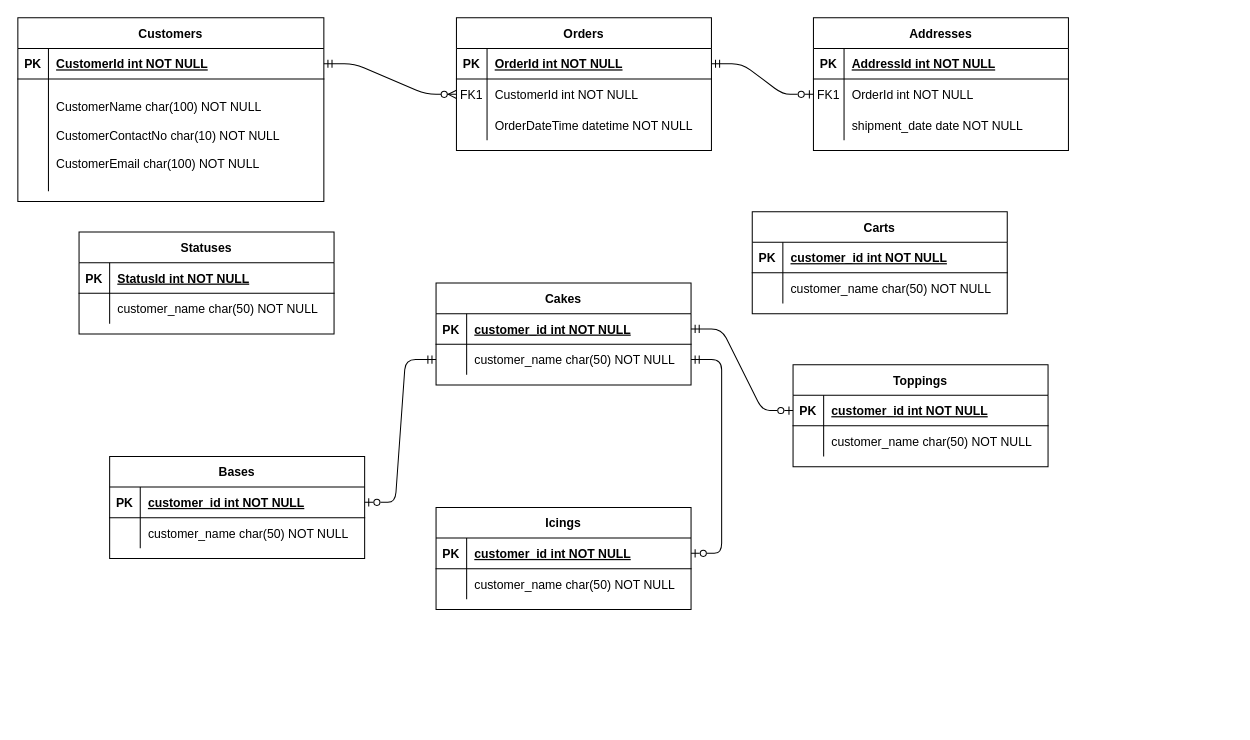
Before: Documentation/ERD Diagram.drawio in TauRamodise/LetThemEatCake, a draw.io diagram. Source tidied: cells renumbered, new cells numbered last; positions are measured from the earlier drawing's top-left corner, leaving out a move shared by most shapes. Both pictures are drawn from the tidied source at 102%, with x=0, y=0 at pixel (17, 17).
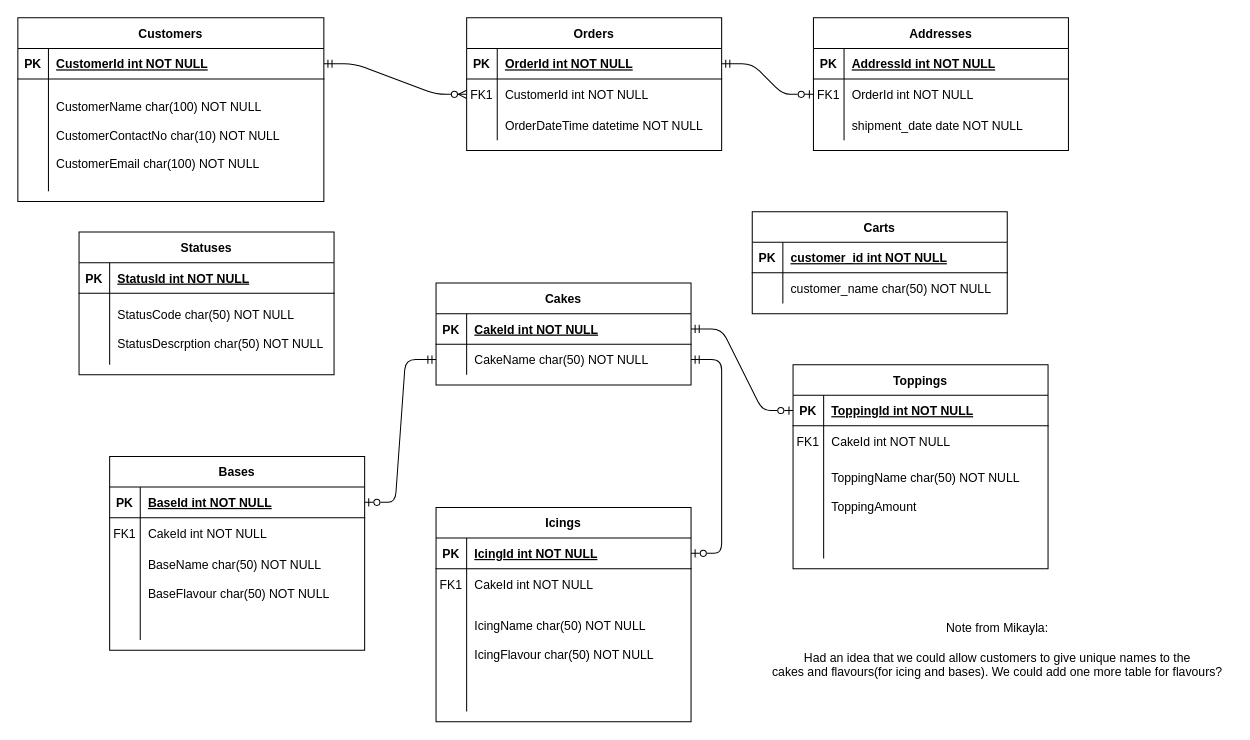
The same page after the edit.

Commit message:
Editing tables, added an idea

Unchanged cells that the change refers to:
```xml
<mxCell id="39" style="shape=partialRectangle;fillColor=none;points=[[0,0.5],[1,0.5]];portConstraint=eastwest;top=0;left=0;right=0;bottom=1;" parent="38" vertex="1">
  <mxGeometry y="30" width="250" height="30" as="geometry" />
</mxCell>
<mxCell id="42" style="shape=partialRectangle;fillColor=none;points=[[0,0.5],[1,0.5]];portConstraint=eastwest;top=0;left=0;right=0;bottom=0;" parent="38" vertex="1">
  <mxGeometry y="60" width="250" height="30" as="geometry" />
</mxCell>
<mxCell id="46" style="shape=partialRectangle;fillColor=none;points=[[0,0.5],[1,0.5]];portConstraint=eastwest;top=0;left=0;right=0;bottom=1;" parent="45" vertex="1">
  <mxGeometry y="30" width="250" height="30" as="geometry" />
</mxCell>
<mxCell id="53" style="shape=partialRectangle;fillColor=none;points=[[0,0.5],[1,0.5]];portConstraint=eastwest;top=0;left=0;right=0;bottom=1;" parent="52" vertex="1">
  <mxGeometry y="30" width="250" height="30" as="geometry" />
</mxCell>
<mxCell id="60" style="shape=partialRectangle;fillColor=none;points=[[0,0.5],[1,0.5]];portConstraint=eastwest;top=0;left=0;right=0;bottom=1;" parent="59" vertex="1">
  <mxGeometry y="30" width="250" height="30" as="geometry" />
</mxCell>
```

Change to the diagram source:
```diff
@@
     <mxCell id="4" value="Orders" style="shape=table;startSize=30;childLayout=tableLayout;rowLines=0;fontStyle=1;align=center;" parent="1" vertex="1">
-      <mxGeometry x="430" width="250" height="130" as="geometry" />
+      <mxGeometry x="440" width="250" height="130" as="geometry" />
     </mxCell>
@@
     <mxCell id="31" value="Statuses" style="shape=table;startSize=30;childLayout=tableLayout;rowLines=0;fontStyle=1;align=center;" parent="1" vertex="1">
-      <mxGeometry x="60" y="210" width="250" height="100" as="geometry" />
+      <mxGeometry x="60" y="210" width="250" height="140" as="geometry" />
     </mxCell>
@@
     <mxCell id="35" style="shape=partialRectangle;fillColor=none;top=0;left=0;right=0;bottom=0;" parent="31" vertex="1">
-      <mxGeometry y="60" width="250" height="30" as="geometry" />
+      <mxGeometry y="60" width="250" height="70" as="geometry" />
     </mxCell>
     <mxCell id="36" style="shape=partialRectangle;overflow=hidden;fillColor=none;top=0;left=0;bottom=0;right=0;" parent="35" vertex="1">
-      <mxGeometry width="30" height="30" as="geometry" />
+      <mxGeometry width="30" height="70" as="geometry" />
     </mxCell>
-    <mxCell id="37" value="customer_name char(50) NOT NULL" style="shape=partialRectangle;overflow=hidden;fillColor=none;top=0;left=0;bottom=0;right=0;align=left;spacingLeft=6;" parent="35" vertex="1">
-      <mxGeometry x="30" width="220" height="30" as="geometry" />
+    <mxCell id="37" value="StatusCode char(50) NOT NULL&#10;&#10;StatusDescrption char(50) NOT NULL" style="shape=partialRectangle;overflow=hidden;fillColor=none;top=0;left=0;bottom=0;right=0;align=left;spacingLeft=6;" parent="35" vertex="1">
+      <mxGeometry x="30" width="220" height="70" as="geometry" />
     </mxCell>
@@
-    <mxCell id="41" value="customer_id int NOT NULL " style="shape=partialRectangle;overflow=hidden;fillColor=none;top=0;left=0;bottom=0;right=0;align=left;spacingLeft=6;fontStyle=5;" parent="39" vertex="1">
+    <mxCell id="41" value="CakeId int NOT NULL " style="shape=partialRectangle;overflow=hidden;fillColor=none;top=0;left=0;bottom=0;right=0;align=left;spacingLeft=6;fontStyle=5;" parent="39" vertex="1">
       <mxGeometry x="30" width="220" height="30" as="geometry" />
     </mxCell>
@@
-    <mxCell id="44" value="customer_name char(50) NOT NULL" style="shape=partialRectangle;overflow=hidden;fillColor=none;top=0;left=0;bottom=0;right=0;align=left;spacingLeft=6;" parent="42" vertex="1">
+    <mxCell id="44" value="CakeName char(50) NOT NULL" style="shape=partialRectangle;overflow=hidden;fillColor=none;top=0;left=0;bottom=0;right=0;align=left;spacingLeft=6;" parent="42" vertex="1">
       <mxGeometry x="30" width="220" height="30" as="geometry" />
     </mxCell>
     <mxCell id="45" value="Toppings" style="shape=table;startSize=30;childLayout=tableLayout;rowLines=0;fontStyle=1;align=center;" parent="1" vertex="1">
-      <mxGeometry x="760" y="340" width="250" height="100" as="geometry" />
+      <mxGeometry x="760" y="340" width="250" height="200" as="geometry" />
     </mxCell>
@@
-    <mxCell id="48" value="customer_id int NOT NULL " style="shape=partialRectangle;overflow=hidden;fillColor=none;top=0;left=0;bottom=0;right=0;align=left;spacingLeft=6;fontStyle=5;" parent="46" vertex="1">
+    <mxCell id="48" value="ToppingId int NOT NULL " style="shape=partialRectangle;overflow=hidden;fillColor=none;top=0;left=0;bottom=0;right=0;align=left;spacingLeft=6;fontStyle=5;" parent="46" vertex="1">
       <mxGeometry x="30" width="220" height="30" as="geometry" />
     </mxCell>
     <mxCell id="49" style="shape=partialRectangle;fillColor=none;top=0;left=0;right=0;bottom=0;" parent="45" vertex="1">
-      <mxGeometry y="60" width="250" height="30" as="geometry" />
+      <mxGeometry y="60" width="250" height="130" as="geometry" />
     </mxCell>
     <mxCell id="50" style="shape=partialRectangle;overflow=hidden;fillColor=none;top=0;left=0;bottom=0;right=0;" parent="49" vertex="1">
-      <mxGeometry width="30" height="30" as="geometry" />
+      <mxGeometry width="30" height="130" as="geometry" />
     </mxCell>
-    <mxCell id="51" value="customer_name char(50) NOT NULL" style="shape=partialRectangle;overflow=hidden;fillColor=none;top=0;left=0;bottom=0;right=0;align=left;spacingLeft=6;" parent="49" vertex="1">
-      <mxGeometry x="30" width="220" height="30" as="geometry" />
+    <mxCell id="51" value="ToppingName char(50) NOT NULL&#10;&#10;ToppingAmount " style="shape=partialRectangle;overflow=hidden;fillColor=none;top=0;left=0;bottom=0;right=0;align=left;spacingLeft=6;" parent="49" vertex="1">
+      <mxGeometry x="30" width="220" height="130" as="geometry" />
     </mxCell>
     <mxCell id="52" value="Icings" style="shape=table;startSize=30;childLayout=tableLayout;rowLines=0;fontStyle=1;align=center;" parent="1" vertex="1">
-      <mxGeometry x="410" y="480" width="250" height="100" as="geometry" />
+      <mxGeometry x="410" y="480" width="250" height="210" as="geometry" />
     </mxCell>
@@
-    <mxCell id="55" value="customer_id int NOT NULL " style="shape=partialRectangle;overflow=hidden;fillColor=none;top=0;left=0;bottom=0;right=0;align=left;spacingLeft=6;fontStyle=5;" parent="53" vertex="1">
+    <mxCell id="55" value="IcingId int NOT NULL " style="shape=partialRectangle;overflow=hidden;fillColor=none;top=0;left=0;bottom=0;right=0;align=left;spacingLeft=6;fontStyle=5;" parent="53" vertex="1">
       <mxGeometry x="30" width="220" height="30" as="geometry" />
     </mxCell>
     <mxCell id="56" style="shape=partialRectangle;fillColor=none;top=0;left=0;right=0;bottom=0;" parent="52" vertex="1">
-      <mxGeometry y="60" width="250" height="30" as="geometry" />
+      <mxGeometry y="60" width="250" height="140" as="geometry" />
     </mxCell>
     <mxCell id="57" style="shape=partialRectangle;overflow=hidden;fillColor=none;top=0;left=0;bottom=0;right=0;" parent="56" vertex="1">
-      <mxGeometry width="30" height="30" as="geometry" />
+      <mxGeometry width="30" height="140" as="geometry" />
     </mxCell>
-    <mxCell id="58" value="customer_name char(50) NOT NULL" style="shape=partialRectangle;overflow=hidden;fillColor=none;top=0;left=0;bottom=0;right=0;align=left;spacingLeft=6;" parent="56" vertex="1">
-      <mxGeometry x="30" width="220" height="30" as="geometry" />
+    <mxCell id="58" value="IcingName char(50) NOT NULL&#10;&#10;IcingFlavour char(50) NOT NULL" style="shape=partialRectangle;overflow=hidden;fillColor=none;top=0;left=0;bottom=0;right=0;align=left;spacingLeft=6;" parent="56" vertex="1">
+      <mxGeometry x="30" width="220" height="140" as="geometry" />
     </mxCell>
     <mxCell id="59" value="Bases" style="shape=table;startSize=30;childLayout=tableLayout;rowLines=0;fontStyle=1;align=center;" parent="1" vertex="1">
-      <mxGeometry x="90" y="430" width="250" height="100" as="geometry" />
+      <mxGeometry x="90" y="430" width="250" height="190" as="geometry" />
     </mxCell>
@@
-    <mxCell id="62" value="customer_id int NOT NULL " style="shape=partialRectangle;overflow=hidden;fillColor=none;top=0;left=0;bottom=0;right=0;align=left;spacingLeft=6;fontStyle=5;" parent="60" vertex="1">
+    <mxCell id="62" value="BaseId int NOT NULL " style="shape=partialRectangle;overflow=hidden;fillColor=none;top=0;left=0;bottom=0;right=0;align=left;spacingLeft=6;fontStyle=5;" parent="60" vertex="1">
       <mxGeometry x="30" width="220" height="30" as="geometry" />
     </mxCell>
     <mxCell id="63" style="shape=partialRectangle;fillColor=none;top=0;left=0;right=0;bottom=0;" parent="59" vertex="1">
-      <mxGeometry y="60" width="250" height="30" as="geometry" />
+      <mxGeometry y="60" width="250" height="120" as="geometry" />
     </mxCell>
     <mxCell id="64" style="shape=partialRectangle;overflow=hidden;fillColor=none;top=0;left=0;bottom=0;right=0;" parent="63" vertex="1">
-      <mxGeometry width="30" height="30" as="geometry" />
+      <mxGeometry width="30" height="120" as="geometry" />
     </mxCell>
-    <mxCell id="65" value="customer_name char(50) NOT NULL" style="shape=partialRectangle;overflow=hidden;fillColor=none;top=0;left=0;bottom=0;right=0;align=left;spacingLeft=6;" parent="63" vertex="1">
-      <mxGeometry x="30" width="220" height="30" as="geometry" />
+    <mxCell id="65" value="BaseName char(50) NOT NULL&#10;&#10;BaseFlavour char(50) NOT NULL" style="shape=partialRectangle;overflow=hidden;fillColor=none;top=0;left=0;bottom=0;right=0;align=left;spacingLeft=6;" parent="63" vertex="1">
+      <mxGeometry x="30" width="220" height="120" as="geometry" />
     </mxCell>
@@
+    <mxCell id="76" value="Note from Mikayla:&lt;br&gt;&lt;br&gt;Had an idea that we could allow customers to give unique names to the&lt;br&gt;cakes and flavours(for icing and bases).&amp;nbsp;We could add one more table for flavours?" style="text;html=1;align=center;verticalAlign=middle;strokeColor=none;fillColor=none;" parent="1" vertex="1">
+      <mxGeometry x="730" y="590" width="460" height="60" as="geometry" />
+    </mxCell>
+    <mxCell id="77" value="FK1" style="shape=partialRectangle;overflow=hidden;fillColor=none;top=0;left=0;bottom=0;right=0;" parent="1" vertex="1">
+      <mxGeometry x="90" y="490" width="30" height="30" as="geometry" />
+    </mxCell>
+    <mxCell id="78" value="CakeId int NOT NULL" style="shape=partialRectangle;overflow=hidden;fillColor=none;top=0;left=0;bottom=0;right=0;align=left;spacingLeft=6;" parent="1" vertex="1">
+      <mxGeometry x="120" y="490" width="220" height="30" as="geometry" />
+    </mxCell>
+    <mxCell id="79" value="CakeId int NOT NULL" style="shape=partialRectangle;overflow=hidden;fillColor=none;top=0;left=0;bottom=0;right=0;align=left;spacingLeft=6;" parent="1" vertex="1">
+      <mxGeometry x="440" y="540" width="220" height="30" as="geometry" />
+    </mxCell>
+    <mxCell id="80" value="CakeId int NOT NULL" style="shape=partialRectangle;overflow=hidden;fillColor=none;top=0;left=0;bottom=0;right=0;align=left;spacingLeft=6;" parent="1" vertex="1">
+      <mxGeometry x="790" y="400" width="220" height="30" as="geometry" />
+    </mxCell>
+    <mxCell id="81" value="FK1" style="shape=partialRectangle;overflow=hidden;fillColor=none;top=0;left=0;bottom=0;right=0;" parent="1" vertex="1">
+      <mxGeometry x="760" y="400" width="30" height="30" as="geometry" />
+    </mxCell>
+    <mxCell id="82" value="FK1" style="shape=partialRectangle;overflow=hidden;fillColor=none;top=0;left=0;bottom=0;right=0;" parent="1" vertex="1">
+      <mxGeometry x="410" y="540" width="30" height="30" as="geometry" />
+    </mxCell>
```
